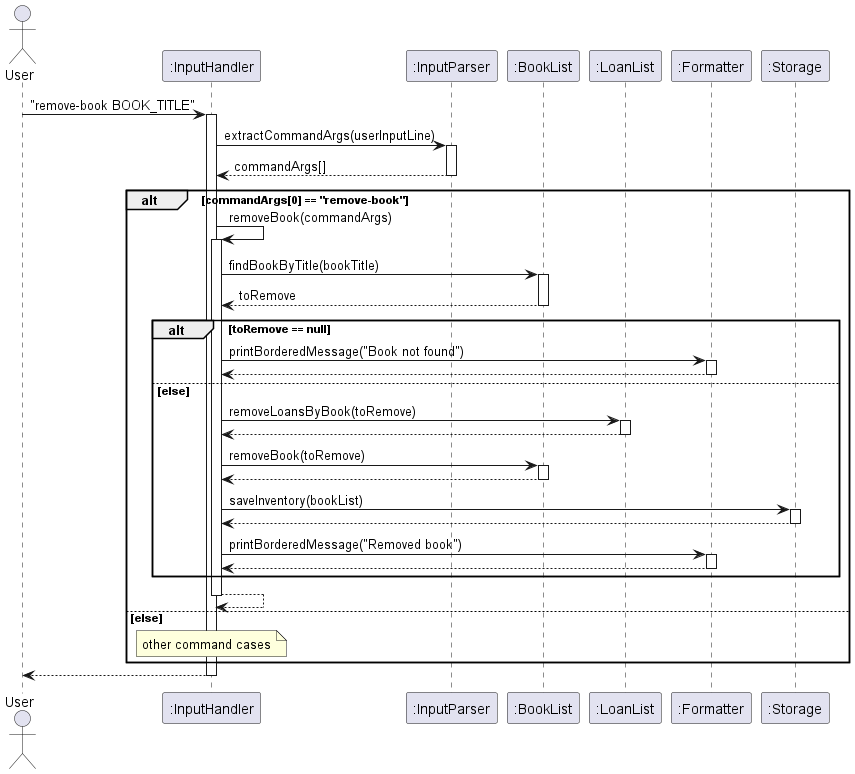
AY2425S2-CS2113-T12-2/tp keeps this PlantUML diagram as docs/images/removeBook.png. Above is the earlier version.
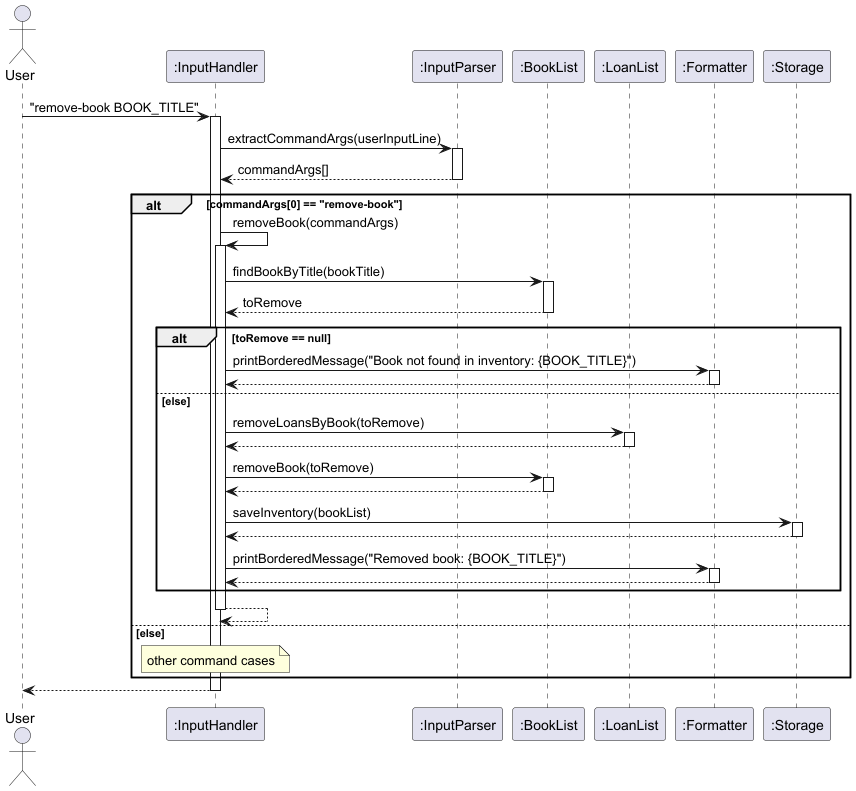
After the commit.

Commit message:
edit success message printing in sequence diagram for updatebook to reflect actual output and saved the png files for the other edited sequence diagrams

Change to the diagram source:
```diff
@@ -22,7 +22,7 @@
         BookList --> InputHandler: toRemove
         deactivate BookList
         alt toRemove == null
-            InputHandler -> Formatter: printBorderedMessage("Book not found")
+            InputHandler -> Formatter: printBorderedMessage("Book not found in inventory: {BOOK_TITLE}")
             activate Formatter
             Formatter --> InputHandler
             deactivate Formatter
@@ -40,7 +40,7 @@
             activate Storage
             Storage --> InputHandler
             deactivate Storage
-            InputHandler -> Formatter: printBorderedMessage("Removed book")
+            InputHandler -> Formatter: printBorderedMessage("Removed book: {BOOK_TITLE}")
             activate Formatter
             Formatter --> InputHandler
             deactivate Formatter
```
